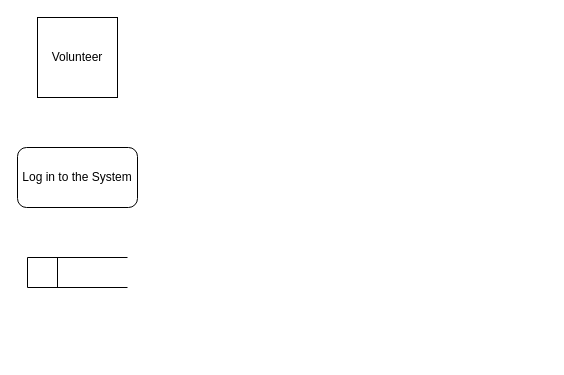
Before: Untitled Diagram.drawio in ernstnolte/ernstnolte, a draw.io diagram. Source tidied: cells renumbered, new cells numbered last; positions are measured from the earlier drawing's top-left corner, leaving out a move shared by most shapes. Both pictures are drawn from the tidied source at 100%, with x=0, y=0 at pixel (17, 17).
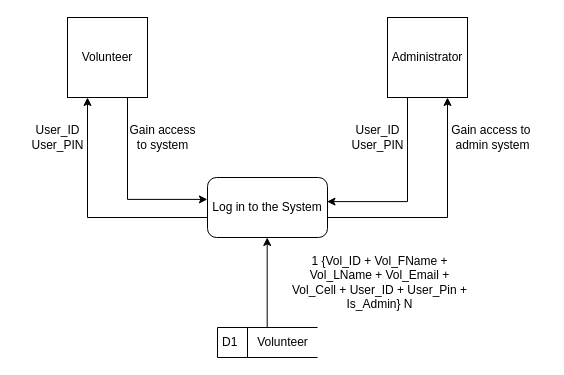
After the change.

What changed in the source:
```diff
@@
+    <mxCell id="3" value="Volunteer" style="whiteSpace=wrap;html=1;" parent="1" vertex="1">
+      <mxGeometry x="50" width="80" height="80" as="geometry" />
+    </mxCell>
+    <mxCell id="5" style="edgeStyle=orthogonalEdgeStyle;rounded=0;jettySize=auto;html=1;entryX=0.75;entryY=1;entryDx=0;entryDy=0;" parent="1" edge="1" source="4" target="13">
+      <mxGeometry relative="1" as="geometry">
+        <Array as="points">
+          <mxPoint x="430" y="200" />
+        </Array>
+      </mxGeometry>
+    </mxCell>
+    <mxCell id="6" style="edgeStyle=orthogonalEdgeStyle;rounded=0;jettySize=auto;html=1;entryX=0.25;entryY=1;entryDx=0;entryDy=0;" parent="1" edge="1" source="4" target="3">
+      <mxGeometry relative="1" as="geometry">
+        <Array as="points">
+          <mxPoint x="70" y="200" />
+        </Array>
+      </mxGeometry>
+    </mxCell>
+    <mxCell id="4" value="Log in to the System" style="rounded=1;whiteSpace=wrap;html=1;" parent="1" vertex="1">
+      <mxGeometry x="190" y="160" width="120" height="60" as="geometry" />
+    </mxCell>
+    <mxCell id="7" style="group;" parent="1" vertex="1">
+      <mxGeometry x="200" y="310" width="100" height="30" as="geometry" />
+    </mxCell>
-    <mxCell id="2" style="html=1;dashed=0;whiteSpace=wrap;shape=mxgraph.dfd.dataStoreID;align=left;spacingLeft=3;" parent="1" vertex="1">
-      <mxGeometry x="10" y="240" width="100" height="30" as="geometry" />
+    <mxCell id="2" value="D1" style="html=1;dashed=0;whiteSpace=wrap;shape=mxgraph.dfd.dataStoreID;align=left;spacingLeft=3;" parent="7" vertex="1">
+      <mxGeometry width="100" height="30" as="geometry" />
     </mxCell>
-    <mxCell id="3" value="Volunteer" style="whiteSpace=wrap;html=1;" parent="1" vertex="1">
-      <mxGeometry x="20" width="80" height="80" as="geometry" />
-    </mxCell>
-    <mxCell id="4" value="Log in to the System" style="rounded=1;whiteSpace=wrap;html=1;" parent="1" vertex="1">
-      <mxGeometry y="130" width="120" height="60" as="geometry" />
-    </mxCell>
+    <mxCell id="8" value="Volunteer" style="text;html=1;align=center;verticalAlign=middle;strokeColor=none;fillColor=none;" parent="7" vertex="1">
+      <mxGeometry x="30" width="70" height="30" as="geometry" />
+    </mxCell>
+    <mxCell id="9" value="User_ID&lt;div&gt;User_PIN&lt;/div&gt;" style="text;html=1;align=center;verticalAlign=middle;strokeColor=none;fillColor=none;" parent="1" vertex="1">
+      <mxGeometry y="100" width="80" height="40" as="geometry" />
+    </mxCell>
+    <mxCell id="10" style="edgeStyle=orthogonalEdgeStyle;rounded=0;orthogonalLoop=1;jettySize=auto;html=1;" parent="1" edge="1">
+      <mxGeometry relative="1" as="geometry">
+        <mxPoint x="249.7" y="310" as="sourcePoint" />
+        <mxPoint x="249.7" y="220" as="targetPoint" />
+      </mxGeometry>
+    </mxCell>
+    <mxCell id="11" value="1 {Vol_ID + Vol_FName +&lt;div&gt;Vol_LName + Vol_Email +&lt;div&gt;Vol_Cell + User_ID + User_Pin +&lt;/div&gt;&lt;div&gt;Is_Admin} N&lt;/div&gt;&lt;/div&gt;" style="text;html=1;align=center;verticalAlign=middle;strokeColor=none;fillColor=none;" parent="1" vertex="1">
+      <mxGeometry x="262" y="230" width="200" height="70" as="geometry" />
+    </mxCell>
+    <mxCell id="12" value="Gain access&lt;div&gt;to system&lt;/div&gt;" style="text;html=1;align=center;verticalAlign=middle;strokeColor=none;fillColor=none;" parent="1" vertex="1">
+      <mxGeometry x="100" y="100" width="90" height="40" as="geometry" />
+    </mxCell>
+    <mxCell id="13" value="Administrator" style="whiteSpace=wrap;html=1;" parent="1" vertex="1">
+      <mxGeometry x="370" width="80" height="80" as="geometry" />
+    </mxCell>
+    <mxCell id="14" style="edgeStyle=orthogonalEdgeStyle;rounded=0;jettySize=auto;html=1;entryX=0.996;entryY=0.402;entryDx=0;entryDy=0;entryPerimeter=0;" parent="1" edge="1" source="13" target="4">
+      <mxGeometry relative="1" as="geometry">
+        <Array as="points">
+          <mxPoint x="390" y="184" />
+        </Array>
+      </mxGeometry>
+    </mxCell>
+    <mxCell id="15" value="User_ID&lt;div&gt;User_PIN&lt;/div&gt;" style="text;html=1;align=center;verticalAlign=middle;strokeColor=none;fillColor=none;" parent="1" vertex="1">
+      <mxGeometry x="320" y="100" width="80" height="40" as="geometry" />
+    </mxCell>
+    <mxCell id="16" value="Gain access to&amp;nbsp;&lt;div&gt;&lt;span style=&quot;background-color: transparent; color: light-dark(rgb(0, 0, 0), rgb(255, 255, 255));&quot;&gt;admin system&lt;/span&gt;&lt;/div&gt;" style="text;html=1;align=center;verticalAlign=middle;strokeColor=none;fillColor=none;" parent="1" vertex="1">
+      <mxGeometry x="420" y="100" width="110" height="40" as="geometry" />
+    </mxCell>
+    <mxCell id="17" style="edgeStyle=orthogonalEdgeStyle;rounded=0;jettySize=auto;html=1;entryX=-0.001;entryY=0.365;entryDx=0;entryDy=0;entryPerimeter=0;" parent="1" edge="1" source="3" target="4">
+      <mxGeometry relative="1" as="geometry">
+        <Array as="points">
+          <mxPoint x="110" y="182" />
+        </Array>
+      </mxGeometry>
+    </mxCell>
```
